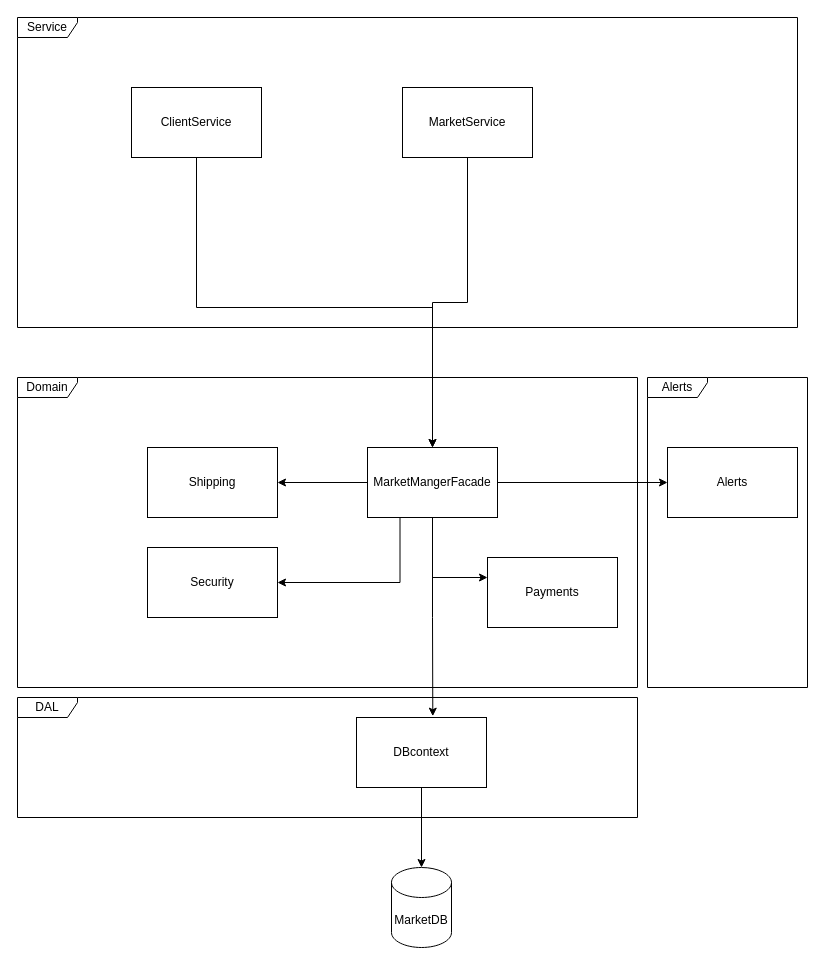
Earlier version of the draw.io diagram docs/ArchitectureDiagram.drawio (noamalu/Ecommerce-System). Source tidied: cells renumbered, new cells numbered last; positions are measured from the earlier drawing's top-left corner, leaving out a move shared by most shapes. Both pictures are drawn from the tidied source at 100%, with x=0, y=0 at pixel (17, 17).
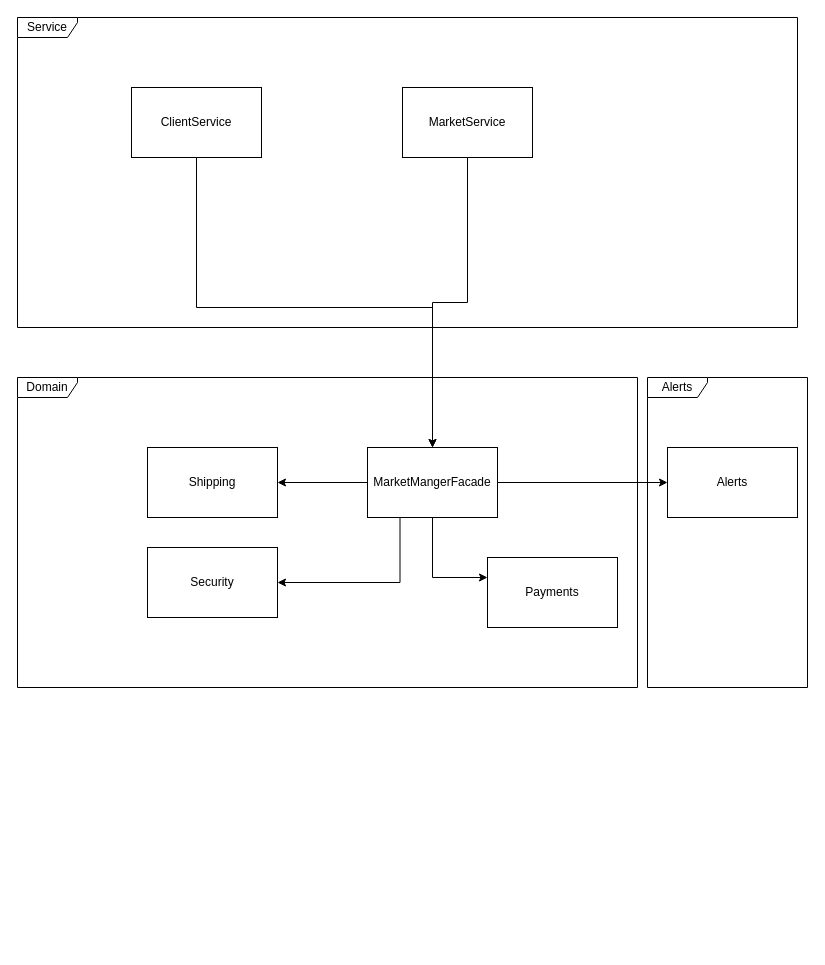
The same diagram, later.

Unchanged cells that the change refers to:
```xml
<mxCell id="15" value="MarketMangerFacade" style="html=1;whiteSpace=wrap;" parent="1" vertex="1">
  <mxGeometry x="350" y="430" width="130" height="70" as="geometry" />
</mxCell>
```

The edit, as a diff of the source:
```diff
@@
-    <mxCell id="19" value="DAL" style="shape=umlFrame;whiteSpace=wrap;html=1;width=60;height=20;" parent="1" vertex="1">
-      <mxGeometry y="680" width="620" height="120" as="geometry" />
-    </mxCell>
-    <mxCell id="20" value="DBcontext" style="html=1;whiteSpace=wrap;" parent="1" vertex="1">
-      <mxGeometry x="339" y="700" width="130" height="70" as="geometry" />
-    </mxCell>
-    <mxCell id="21" style="edgeStyle=orthogonalEdgeStyle;rounded=0;jettySize=auto;html=1;entryX=0.587;entryY=-0.019;entryDx=0;entryDy=0;entryPerimeter=0;" parent="1" edge="1" source="15" target="20">
-      <mxGeometry relative="1" as="geometry" />
-    </mxCell>
-    <mxCell id="22" value="MarketDB" style="shape=cylinder3;whiteSpace=wrap;html=1;boundedLbl=1;backgroundOutline=1;size=15;" parent="1" vertex="1">
-      <mxGeometry x="374" y="850" width="60" height="80" as="geometry" />
-    </mxCell>
-    <mxCell id="23" style="edgeStyle=orthogonalEdgeStyle;rounded=0;jettySize=auto;html=1;entryX=0.5;entryY=0;entryDx=0;entryDy=0;entryPerimeter=0;" parent="1" edge="1" source="20" target="22">
-      <mxGeometry relative="1" as="geometry" />
-    </mxCell>
```
